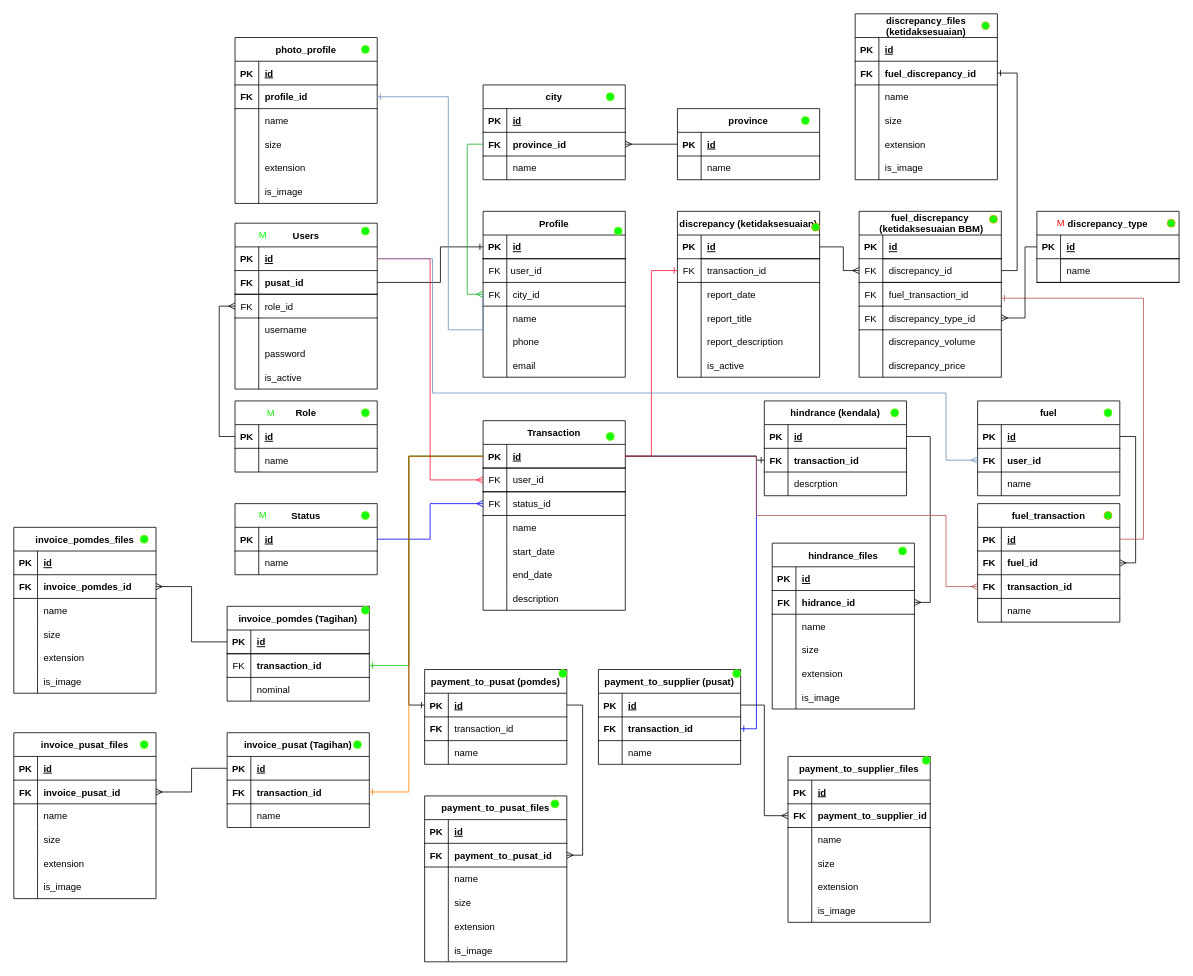
This is PomdesDB.drawio from Faris072/pomdes, a draw.io file, before an edit. Source tidied: cells renumbered, new cells numbered last; positions are measured from the earlier drawing's top-left corner, leaving out a move shared by most shapes. Both pictures are drawn from the tidied source at 79%, with x=0, y=0 at pixel (13, 13).
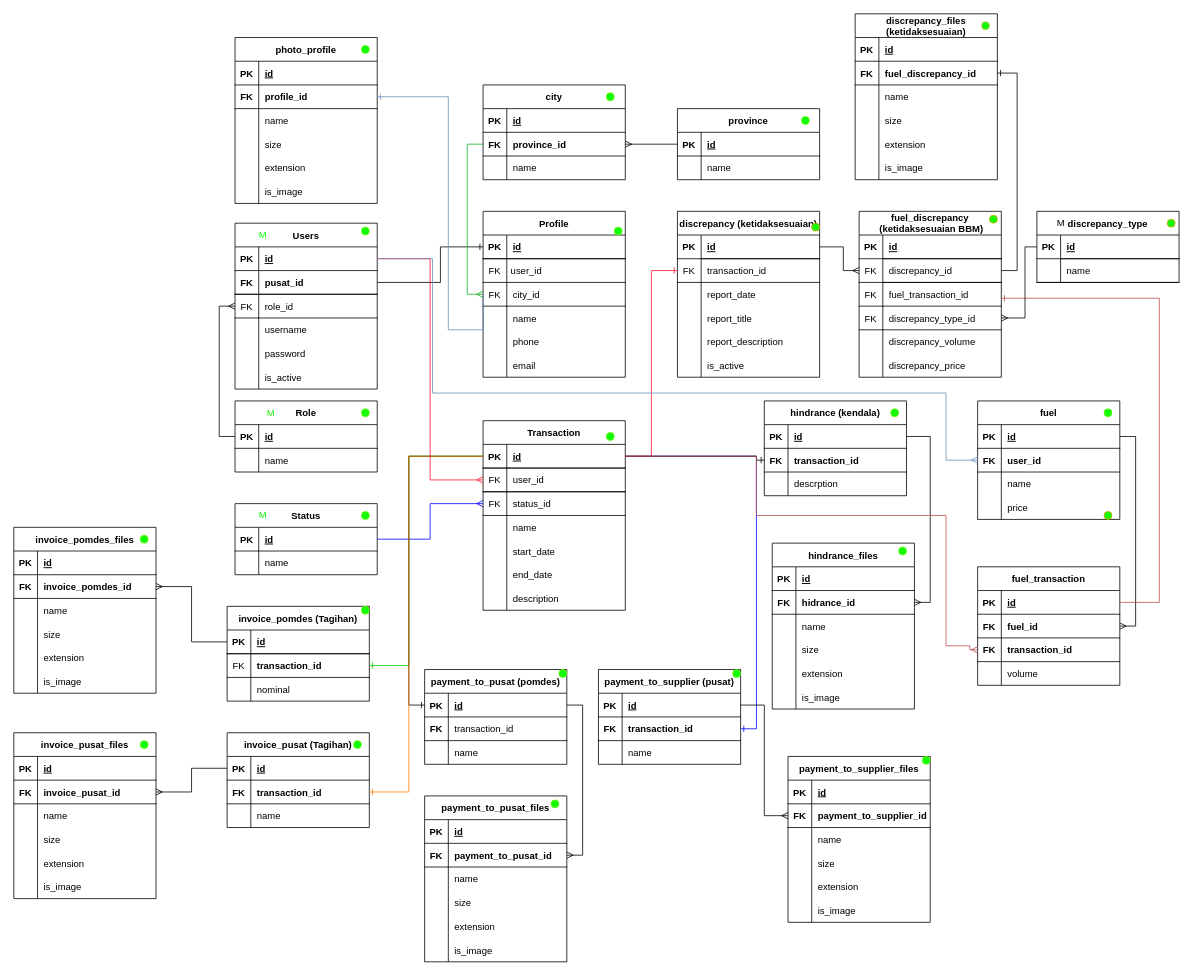
The same diagram, later.

The change refers to these unchanged cells:
```xml
<mxCell id="51" style="shape=tableRow;horizontal=0;startSize=0;swimlaneHead=0;swimlaneBody=0;fillColor=none;points=[[0,0.5],[1,0.5]];portConstraint=eastwest;top=0;left=0;right=0;bottom=1;" parent="50" vertex="1">
  <mxGeometry y="30" width="180" height="30" as="geometry" />
</mxCell>
<mxCell id="344" style="shape=tableRow;horizontal=0;startSize=0;swimlaneHead=0;swimlaneBody=0;fillColor=none;points=[[0,0.5],[1,0.5]];portConstraint=eastwest;top=0;left=0;right=0;bottom=1;" parent="343" vertex="1">
  <mxGeometry y="30" width="180" height="30" as="geometry" />
</mxCell>
<mxCell id="350" style="shape=tableRow;horizontal=0;startSize=0;swimlaneHead=0;swimlaneBody=0;fillColor=none;points=[[0,0.5],[1,0.5]];portConstraint=eastwest;top=0;left=0;right=0;bottom=1;" parent="343" vertex="1">
  <mxGeometry y="90" width="180" height="30" as="geometry" />
</mxCell>
<mxCell id="353" style="shape=tableRow;horizontal=0;startSize=0;swimlaneHead=0;swimlaneBody=0;fillColor=none;top=0;left=0;right=0;bottom=0;" parent="343" vertex="1">
  <mxGeometry y="120" width="180" height="30" as="geometry" />
</mxCell>
```

What changed in the source:
```diff
@@
     <mxCell id="332" value="fuel" style="shape=table;startSize=30;childLayout=tableLayout;rowLines=0;fontStyle=1;align=center;" parent="1" vertex="1">
-      <mxGeometry x="1220" y="490" width="180" height="120" as="geometry" />
+      <mxGeometry x="1220" y="490" width="180" height="150" as="geometry" />
     </mxCell>
@@
+    <mxCell id="397" style="shape=tableRow;horizontal=0;startSize=0;swimlaneHead=0;swimlaneBody=0;fillColor=none;top=0;left=0;right=0;bottom=0;" parent="332" vertex="1">
+      <mxGeometry y="120" width="180" height="30" as="geometry" />
+    </mxCell>
+    <mxCell id="398" style="shape=partialRectangle;fillColor=none;top=0;left=0;bottom=0;right=0;overflow=hidden;" parent="397" vertex="1">
+      <mxGeometry width="30" height="30" as="geometry" />
+    </mxCell>
+    <mxCell id="399" value="price" style="shape=partialRectangle;fillColor=none;top=0;left=0;bottom=0;right=0;align=left;spacingLeft=6;overflow=hidden;" parent="397" vertex="1">
+      <mxGeometry x="30" width="150" height="30" as="geometry" />
+    </mxCell>
@@
     <mxCell id="343" value="fuel_transaction" style="shape=table;startSize=30;childLayout=tableLayout;rowLines=0;fontStyle=1;align=center;" parent="1" vertex="1">
-      <mxGeometry x="1220" y="620" width="180" height="150" as="geometry" />
+      <mxGeometry x="1220" y="700" width="180" height="150" as="geometry" />
     </mxCell>
@@
-    <mxCell id="355" value="name" style="shape=partialRectangle;fillColor=none;top=0;left=0;bottom=0;right=0;align=left;spacingLeft=6;overflow=hidden;" parent="353" vertex="1">
+    <mxCell id="355" value="volume" style="shape=partialRectangle;fillColor=none;top=0;left=0;bottom=0;right=0;align=left;spacingLeft=6;overflow=hidden;" parent="353" vertex="1">
       <mxGeometry x="30" width="150" height="30" as="geometry" />
     </mxCell>
@@
     <mxCell id="360" style="edgeStyle=orthogonalEdgeStyle;rounded=0;jettySize=auto;html=1;entryX=0;entryY=0.5;entryDx=0;entryDy=0;endArrow=ERmany;endFill=0;strokeColor=#b85450;exitX=1;exitY=0.5;exitDx=0;exitDy=0;fillColor=#f8cecc;" parent="1" edge="1" source="51" target="350">
       <mxGeometry relative="1" as="geometry">
         <Array as="points">
           <mxPoint x="940" y="560" />
           <mxPoint x="940" y="635" />
           <mxPoint x="1180" y="635" />
-          <mxPoint x="1180" y="725" />
+          <mxPoint x="1180" y="800" />
+          <mxPoint x="1210" y="800" />
         </Array>
       </mxGeometry>
     </mxCell>
@@
     <mxCell id="383" style="edgeStyle=orthogonalEdgeStyle;rounded=0;jettySize=auto;html=1;endArrow=ERone;endFill=0;fillColor=#f8cecc;strokeColor=#b85450;exitX=1;exitY=0.5;exitDx=0;exitDy=0;" parent="1" edge="1" source="344">
       <mxGeometry relative="1" as="geometry">
         <mxPoint x="1250" y="360" as="targetPoint" />
         <Array as="points">
-          <mxPoint x="1430" y="665" />
-          <mxPoint x="1430" y="360" />
+          <mxPoint x="1450" y="745" />
+          <mxPoint x="1450" y="360" />
         </Array>
       </mxGeometry>
     </mxCell>
@@
-    <mxCell id="396" value="&lt;font color=&quot;#f10909&quot;&gt;M&lt;/font&gt;" style="text;html=1;align=center;verticalAlign=middle;strokeColor=none;fillColor=none;" parent="1" vertex="1">
+    <mxCell id="396" value="M" style="text;html=1;align=center;verticalAlign=middle;" parent="1" vertex="1">
       <mxGeometry x="1310" y="250" width="30" height="30" as="geometry" />
     </mxCell>
```
